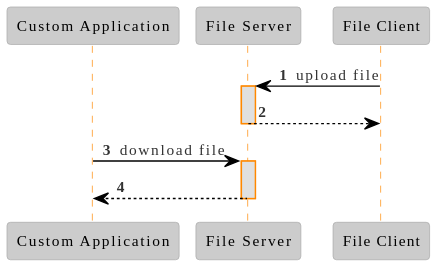
Before: docs/img/Sequence Diagram - File Download.svg, a diagram exported from PlantUML (eluinstra/file-server-documentation). Its diagram source:
```plantuml
@startuml
!theme reddress-lightorange

skinparam backgroundColor transparent


participant "Custom Application" as app
participant "File Server" as fs
participant "File Client" as fc

autonumber 1

fc -> fs: upload file
activate fs

fs --> fc
deactivate fs

app -> fs: download file
activate fs

fs --> app
deactivate fs
@enduml
```
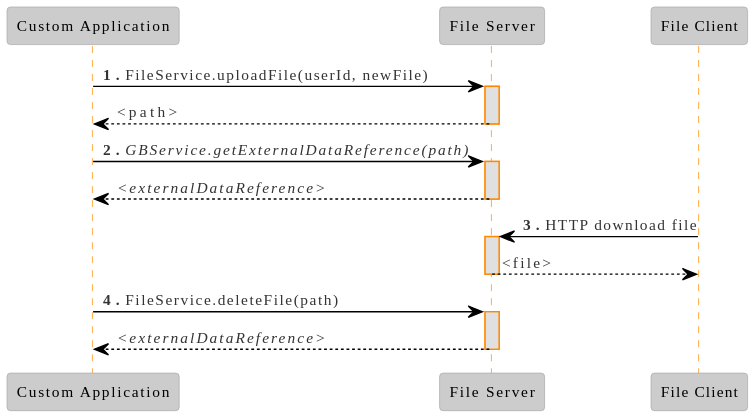
Later version of the same file.

Change to the diagram source:
```diff
@@ -8,17 +8,27 @@
 participant "File Server" as fs
 participant "File Client" as fc
 
-autonumber 1
-
-fc -> fs: upload file
+app -> fs: **1.** FileService.uploadFile(userId, newFile)
 activate fs
 
-fs --> fc
+fs --> app: <path>
 deactivate fs
 
-app -> fs: download file
+app -> fs: **2.** //GBService.getExternalDataReference(path)//
 activate fs
 
-fs --> app
+fs --> app: //<externalDataReference>//
+deactivate fs
+
+fc -> fs: **3.** HTTP download file
+activate fs
+
+fs --> fc: <file>
+deactivate fs
+
+app -> fs: **4.** FileService.deleteFile(path)
+activate fs
+
+fs --> app: //<externalDataReference>//
 deactivate fs
 @enduml
```
